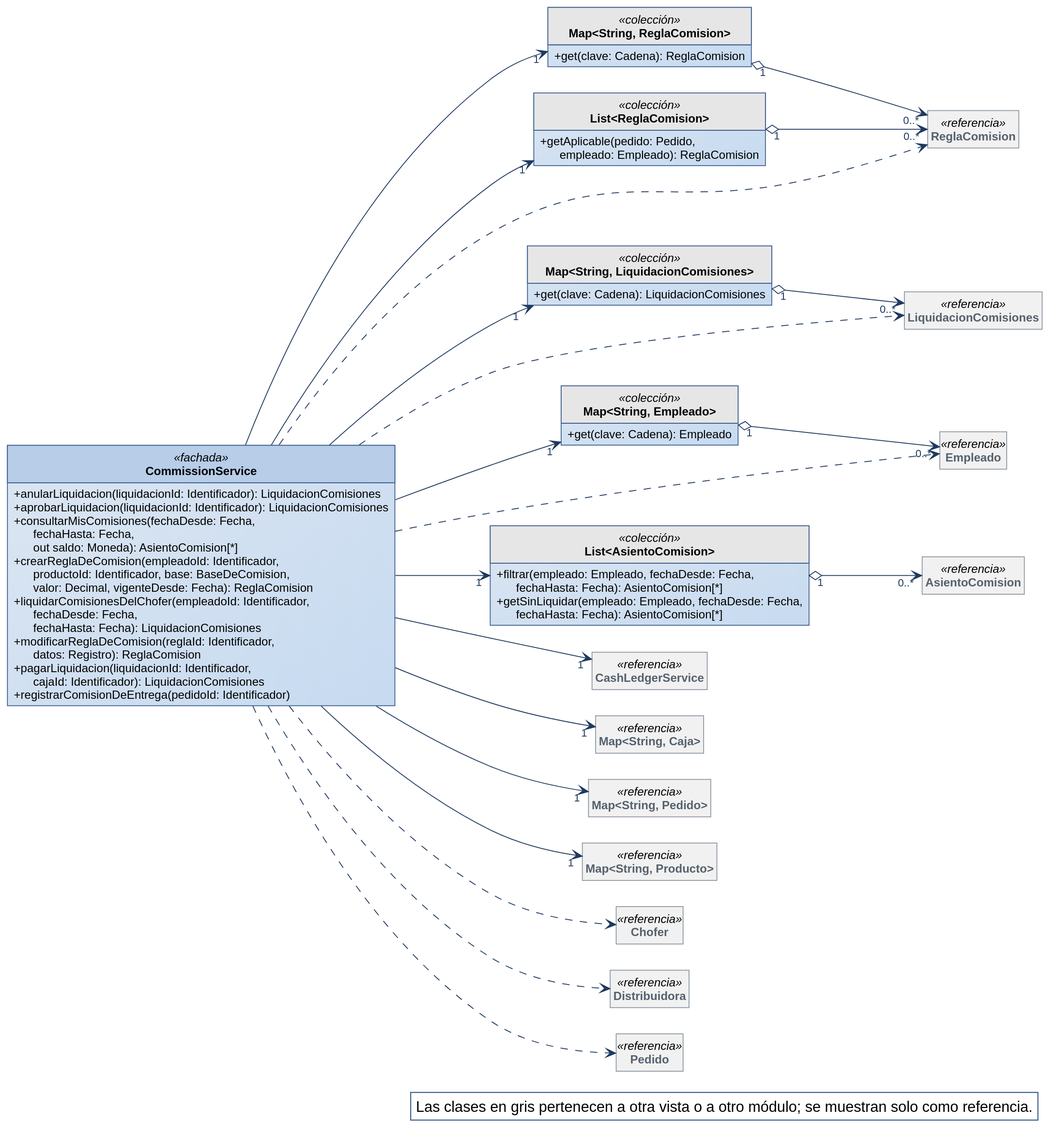
The PlantUML diagram diagramas/clases-diseno/DC_Mod_Comisiones.svg in Nahuelito-Dev/splg-docs, before a commit.
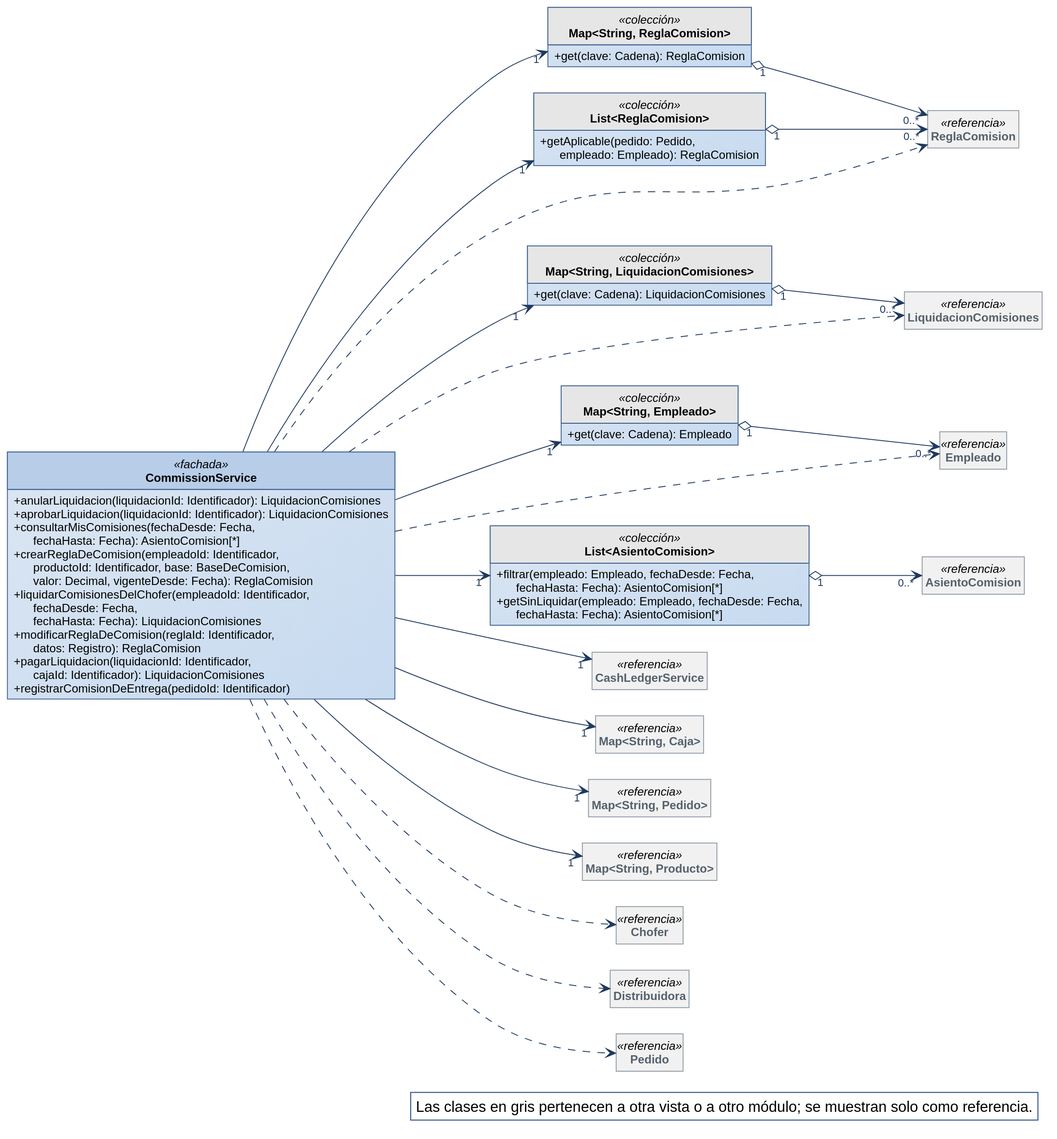
After the commit.

What changed in the source:
```diff
@@ -33,7 +33,7 @@
 class CommissionService <<fachada>> {
   + anularLiquidacion(liquidacionId: Identificador): LiquidacionComisiones
   + aprobarLiquidacion(liquidacionId: Identificador): LiquidacionComisiones
-  + consultarMisComisiones(fechaDesde: Fecha,\n      fechaHasta: Fecha,\n      out saldo: Moneda): AsientoComision[*]
+  + consultarMisComisiones(fechaDesde: Fecha,\n      fechaHasta: Fecha): AsientoComision[*]
   + crearReglaDeComision(empleadoId: Identificador,\n      productoId: Identificador, base: BaseDeComision,\n      valor: Decimal, vigenteDesde: Fecha): ReglaComision
   + liquidarComisionesDelChofer(empleadoId: Identificador,\n      fechaDesde: Fecha,\n      fechaHasta: Fecha): LiquidacionComisiones
   + modificarReglaDeComision(reglaId: Identificador,\n      datos: Registro): ReglaComision
```
